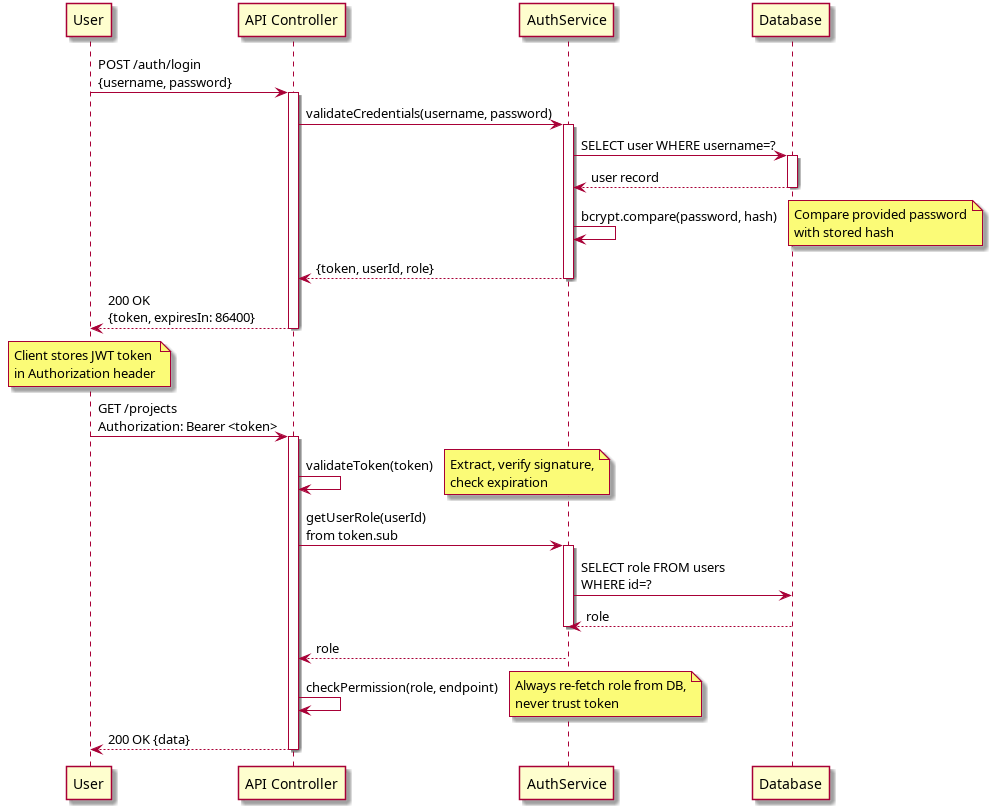
Above: Docs/Diagrams/02_AuthenticationFlow.png in mei-desofs/desofs2026-wed_ffs_4 (PlantUML), before the change. Its source is kept beside it as Docs/Diagrams/02_AuthenticationFlow.puml. Its diagram source:
```plantuml
@startuml 02_AuthenticationFlow
participant User
participant "API Controller" as Controller
participant "AuthService" as Auth
participant "Database" as DB

User -> Controller: POST /auth/login\n{username, password}
activate Controller

Controller -> Auth: validateCredentials(username, password)
activate Auth

Auth -> DB: SELECT user WHERE username=?
activate DB
DB --> Auth: user record
deactivate DB

Auth -> Auth: bcrypt.compare(password, hash)
note right: Compare provided password\nwith stored hash

Auth --> Controller: {token, userId, role}
deactivate Auth

Controller --> User: 200 OK\n{token, expiresIn: 86400}
deactivate Controller

note over User: Client stores JWT token\nin Authorization header

User -> Controller: GET /projects\nAuthorization: Bearer <token>
activate Controller

Controller -> Controller: validateToken(token)
note right: Extract, verify signature,\ncheck expiration

Controller -> Auth: getUserRole(userId)\nfrom token.sub
activate Auth
Auth -> DB: SELECT role FROM users\nWHERE id=?
DB --> Auth: role
deactivate Auth
Auth --> Controller: role
deactivate Auth

Controller -> Controller: checkPermission(role, endpoint)
note right: Always re-fetch role from DB,\nnever trust token

Controller --> User: 200 OK {data}
deactivate Controller

@enduml
```
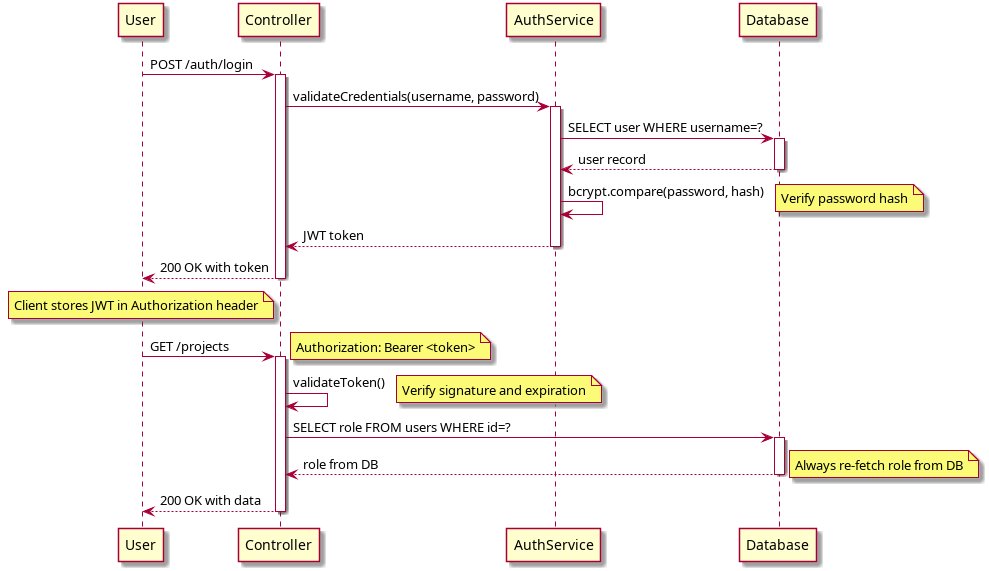
After the commit.

Diff of the diagram source:
```diff
@@ -1,49 +1,44 @@
 @startuml 02_AuthenticationFlow
 participant User
-participant "API Controller" as Controller
-participant "AuthService" as Auth
-participant "Database" as DB
+participant Controller
+participant AuthService
+participant Database
 
-User -> Controller: POST /auth/login\n{username, password}
+User -> Controller: POST /auth/login
 activate Controller
+Controller -> AuthService: validateCredentials(username, password)
+activate AuthService
 
-Controller -> Auth: validateCredentials(username, password)
-activate Auth
+AuthService -> Database: SELECT user WHERE username=?
+activate Database
+Database --> AuthService: user record
+deactivate Database
 
-Auth -> DB: SELECT user WHERE username=?
-activate DB
-DB --> Auth: user record
-deactivate DB
+AuthService -> AuthService: bcrypt.compare(password, hash)
+note right: Verify password hash
 
-Auth -> Auth: bcrypt.compare(password, hash)
-note right: Compare provided password\nwith stored hash
+AuthService --> Controller: JWT token
+deactivate AuthService
 
-Auth --> Controller: {token, userId, role}
-deactivate Auth
-
-Controller --> User: 200 OK\n{token, expiresIn: 86400}
+Controller --> User: 200 OK with token
 deactivate Controller
 
-note over User: Client stores JWT token\nin Authorization header
+note over User: Client stores JWT in Authorization header
 
-User -> Controller: GET /projects\nAuthorization: Bearer <token>
+User -> Controller: GET /projects
 activate Controller
+note right: Authorization: Bearer <token>
 
-Controller -> Controller: validateToken(token)
-note right: Extract, verify signature,\ncheck expiration
+Controller -> Controller: validateToken()
+note right: Verify signature and expiration
 
-Controller -> Auth: getUserRole(userId)\nfrom token.sub
-activate Auth
-Auth -> DB: SELECT role FROM users\nWHERE id=?
-DB --> Auth: role
-deactivate Auth
-Auth --> Controller: role
-deactivate Auth
+Controller -> Database: SELECT role FROM users WHERE id=?
+activate Database
+Database --> Controller: role from DB
+deactivate Database
+note right: Always re-fetch role from DB
 
-Controller -> Controller: checkPermission(role, endpoint)
-note right: Always re-fetch role from DB,\nnever trust token
-
-Controller --> User: 200 OK {data}
+Controller --> User: 200 OK with data
 deactivate Controller
 
 @enduml
```
